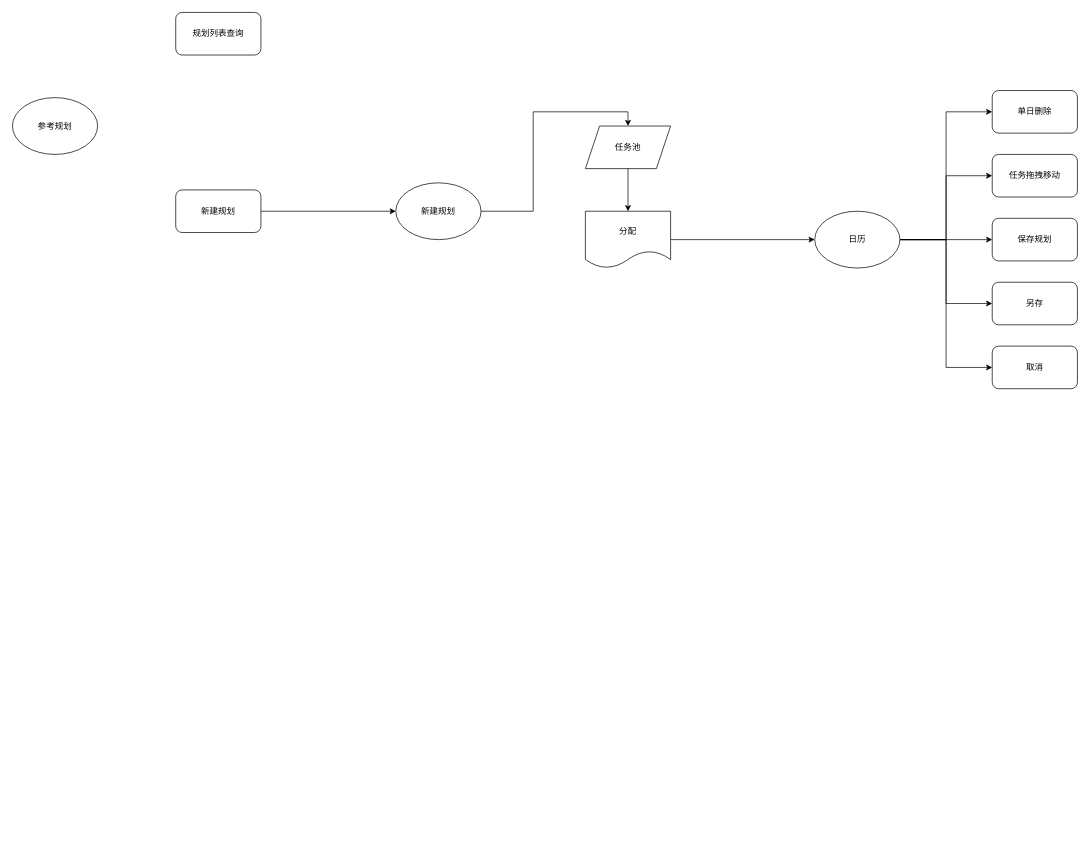
Above: 参考规划.drawio in me-Minion/draw (draw.io), before the change. Source tidied: cells renumbered, new cells numbered last; positions are measured from the earlier drawing's top-left corner, leaving out a move shared by most shapes. Both pictures are drawn from the tidied source at 71%, with x=0, y=0 at pixel (12, 12).
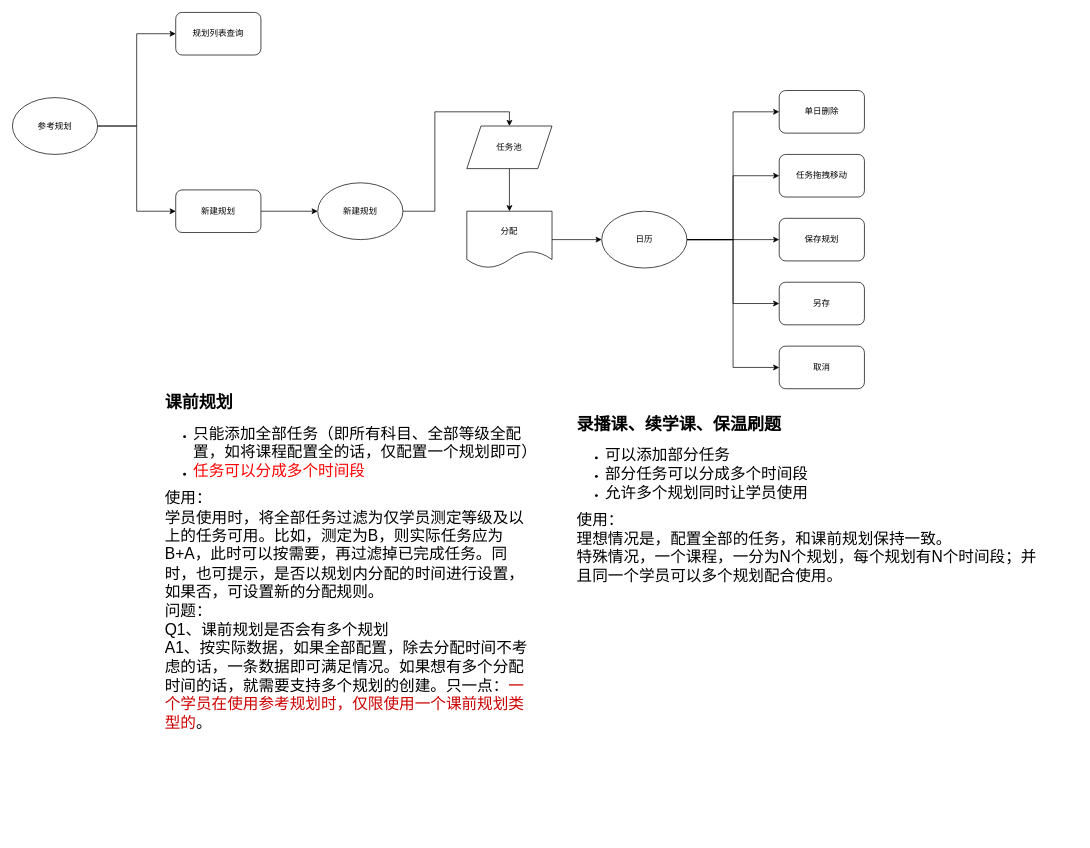
After the change.

Commit message (it also covers changes not shown here):
更新参考规划.drawio

The change refers to these unchanged cells:
```xml
<mxCell id="2" value="参考规划" style="ellipse;whiteSpace=wrap;html=1;" parent="1" vertex="1">
  <mxGeometry y="120" width="120" height="80" as="geometry" />
</mxCell>
<mxCell id="3" value="规划列表查询" style="rounded=1;whiteSpace=wrap;html=1;" parent="1" vertex="1">
  <mxGeometry x="230" width="120" height="60" as="geometry" />
</mxCell>
<mxCell id="5" value="新建规划" style="rounded=1;whiteSpace=wrap;html=1;" parent="1" vertex="1">
  <mxGeometry x="230" y="250" width="120" height="60" as="geometry" />
</mxCell>
```

What changed in the source:
```diff
@@
+    <mxCell id="23" style="edgeStyle=orthogonalEdgeStyle;rounded=0;jettySize=auto;html=1;exitX=1;exitY=0.5;exitDx=0;exitDy=0;entryX=0;entryY=0.5;entryDx=0;entryDy=0;" parent="1" edge="1" source="2" target="3">
+      <mxGeometry relative="1" as="geometry" />
+    </mxCell>
+    <mxCell id="24" style="edgeStyle=orthogonalEdgeStyle;rounded=0;jettySize=auto;html=1;exitX=1;exitY=0.5;exitDx=0;exitDy=0;entryX=0;entryY=0.5;entryDx=0;entryDy=0;" parent="1" edge="1" source="2" target="5">
+      <mxGeometry relative="1" as="geometry" />
+    </mxCell>
@@
     <mxCell id="7" value="新建规划" style="ellipse;whiteSpace=wrap;html=1;" parent="1" vertex="1">
-      <mxGeometry x="540" y="240" width="120" height="80" as="geometry" />
+      <mxGeometry x="430" y="240" width="120" height="80" as="geometry" />
     </mxCell>
@@
     <mxCell id="9" value="任务池" style="shape=parallelogram;perimeter=parallelogramPerimeter;whiteSpace=wrap;html=1;fixedSize=1;" parent="1" vertex="1">
-      <mxGeometry x="807" y="160" width="120" height="60" as="geometry" />
+      <mxGeometry x="640" y="160" width="120" height="60" as="geometry" />
     </mxCell>
@@
     <mxCell id="11" value="分配" style="shape=document;whiteSpace=wrap;html=1;boundedLbl=1;" parent="1" vertex="1">
-      <mxGeometry x="807" y="280" width="120" height="80" as="geometry" />
+      <mxGeometry x="640" y="280" width="120" height="80" as="geometry" />
     </mxCell>
@@
     <mxCell id="17" value="日历" style="ellipse;whiteSpace=wrap;html=1;" parent="1" vertex="1">
-      <mxGeometry x="1130" y="280" width="120" height="80" as="geometry" />
+      <mxGeometry x="830" y="280" width="120" height="80" as="geometry" />
     </mxCell>
     <mxCell id="18" value="单日删除" style="rounded=1;whiteSpace=wrap;html=1;" parent="1" vertex="1">
-      <mxGeometry x="1380" y="110" width="120" height="60" as="geometry" />
+      <mxGeometry x="1080" y="110" width="120" height="60" as="geometry" />
     </mxCell>
     <mxCell id="19" value="任务拖拽移动" style="rounded=1;whiteSpace=wrap;html=1;" parent="1" vertex="1">
-      <mxGeometry x="1380" y="200" width="120" height="60" as="geometry" />
+      <mxGeometry x="1080" y="200" width="120" height="60" as="geometry" />
     </mxCell>
     <mxCell id="20" value="保存规划" style="rounded=1;whiteSpace=wrap;html=1;" parent="1" vertex="1">
-      <mxGeometry x="1380" y="290" width="120" height="60" as="geometry" />
+      <mxGeometry x="1080" y="290" width="120" height="60" as="geometry" />
     </mxCell>
     <mxCell id="21" value="另存" style="rounded=1;whiteSpace=wrap;html=1;" parent="1" vertex="1">
-      <mxGeometry x="1380" y="380" width="120" height="60" as="geometry" />
+      <mxGeometry x="1080" y="380" width="120" height="60" as="geometry" />
     </mxCell>
     <mxCell id="22" value="取消" style="rounded=1;whiteSpace=wrap;html=1;" parent="1" vertex="1">
-      <mxGeometry x="1380" y="470" width="120" height="60" as="geometry" />
+      <mxGeometry x="1080" y="470" width="120" height="60" as="geometry" />
     </mxCell>
+    <mxCell id="25" value="&lt;h1&gt;课前规划&lt;/h1&gt;&lt;ul&gt;&lt;li&gt;&lt;span style=&quot;font-size: 22px; background-color: initial;&quot;&gt;只能添加全部任务（即所有科目、全部等级全配置，如将课程配置全的话，仅配置一个规划即可）&lt;/span&gt;&lt;/li&gt;&lt;li&gt;&lt;span style=&quot;font-size: 22px; background-color: initial;&quot;&gt;&lt;font color=&quot;#ff0000&quot;&gt;任务可以分成多个时间段&lt;/font&gt;&lt;/span&gt;&lt;/li&gt;&lt;/ul&gt;&lt;div&gt;&lt;span style=&quot;font-size: 22px;&quot;&gt;使用：&lt;/span&gt;&lt;/div&gt;&lt;div&gt;&lt;span style=&quot;font-size: 22px;&quot;&gt;学员使用时，将全部任务过滤为仅学员测定等级及以上的任务可用。比如，测定为B，则实际任务应为B+A，此时可以按需要，再过滤掉已完成任务。同时，也可提示，是否以规划内分配的时间进行设置，如果否，可设置新的分配规则。&lt;/span&gt;&lt;/div&gt;&lt;div&gt;&lt;span style=&quot;font-size: 22px;&quot;&gt;问题：&lt;/span&gt;&lt;/div&gt;&lt;div&gt;&lt;span style=&quot;font-size: 22px;&quot;&gt;Q1、课前规划是否会有多个规划&lt;/span&gt;&lt;/div&gt;&lt;div&gt;&lt;span style=&quot;font-size: 22px;&quot;&gt;A1、按实际数据，如果全部配置，除去分配时间不考虑的话，一条数据即可满足情况。如果想有多个分配时间的话，就需要支持多个规划的创建。只一点：&lt;font color=&quot;#cc0000&quot;&gt;一个学员在使用参考规划时，仅限使用一个课前规划类型的&lt;/font&gt;。&lt;/span&gt;&lt;/div&gt;&lt;div&gt;&lt;span style=&quot;font-size: 22px;&quot;&gt;&lt;span style=&quot;white-space: pre;&quot;&gt;&#9;&lt;/span&gt;&lt;br&gt;&lt;/span&gt;&lt;/div&gt;" style="text;html=1;spacing=5;spacingTop=-20;whiteSpace=wrap;overflow=hidden;rounded=0;" parent="1" vertex="1">
+      <mxGeometry x="210" y="530" width="530" height="630" as="geometry" />
+    </mxCell>
+    <mxCell id="26" value="&lt;h1&gt;录播课、续学课、保温刷题&lt;/h1&gt;&lt;ul&gt;&lt;li&gt;&lt;span style=&quot;font-size: 22px;&quot;&gt;可以添加部分任务&lt;/span&gt;&lt;/li&gt;&lt;li&gt;&lt;span style=&quot;font-size: 22px;&quot;&gt;部分任务可以分成多个时间段&lt;/span&gt;&lt;/li&gt;&lt;li&gt;&lt;span style=&quot;font-size: 22px;&quot;&gt;允许多个规划同时让学员使用&lt;/span&gt;&lt;/li&gt;&lt;/ul&gt;&lt;div&gt;&lt;span style=&quot;font-size: 22px;&quot;&gt;使用：&lt;/span&gt;&lt;/div&gt;&lt;div&gt;&lt;span style=&quot;font-size: 22px;&quot;&gt;理想情况是，配置全部的任务，和课前规划保持一致。&lt;/span&gt;&lt;/div&gt;&lt;div&gt;&lt;span style=&quot;font-size: 22px;&quot;&gt;特殊情况，一个课程，一分为N个规划，每个规划有N个时间段；并且同一个学员可以多个规划配合使用。&lt;/span&gt;&lt;/div&gt;" style="text;html=1;spacing=5;spacingTop=-20;whiteSpace=wrap;overflow=hidden;rounded=0;" parent="1" vertex="1">
+      <mxGeometry x="790" y="560" width="660" height="250" as="geometry" />
+    </mxCell>
```
